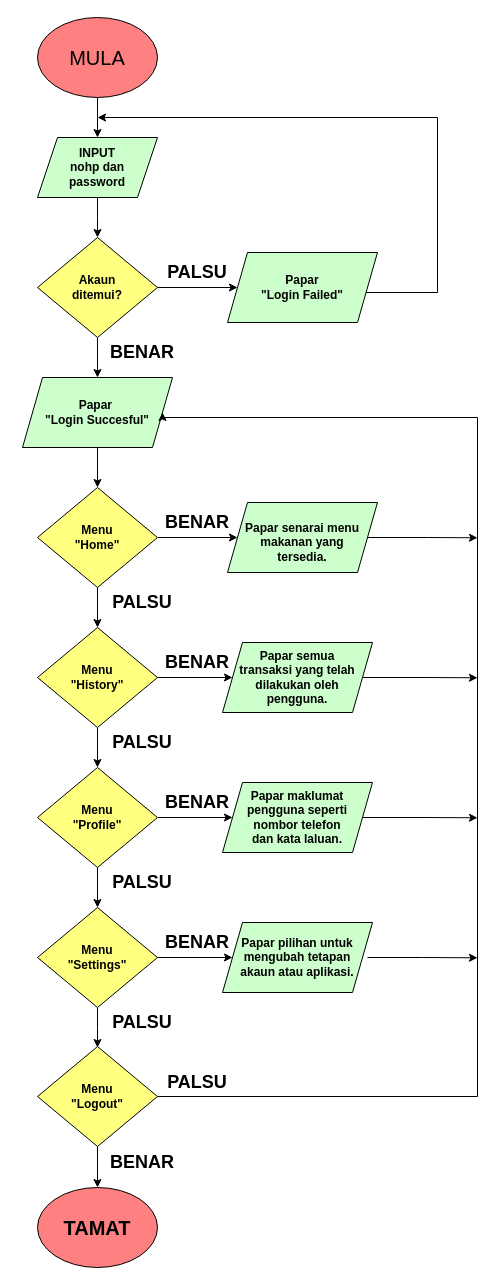
VisualGitCode/VisualGitCode.github.io keeps this draw.io diagram as adminCartaAlirPengguna.drawio. Above is the earlier version. Source tidied: cells renumbered, new cells numbered last; positions are measured from the earlier drawing's top-left corner, leaving out a move shared by most shapes. Both pictures are drawn from the tidied source at 100%, with x=0, y=0 at pixel (17, 17).
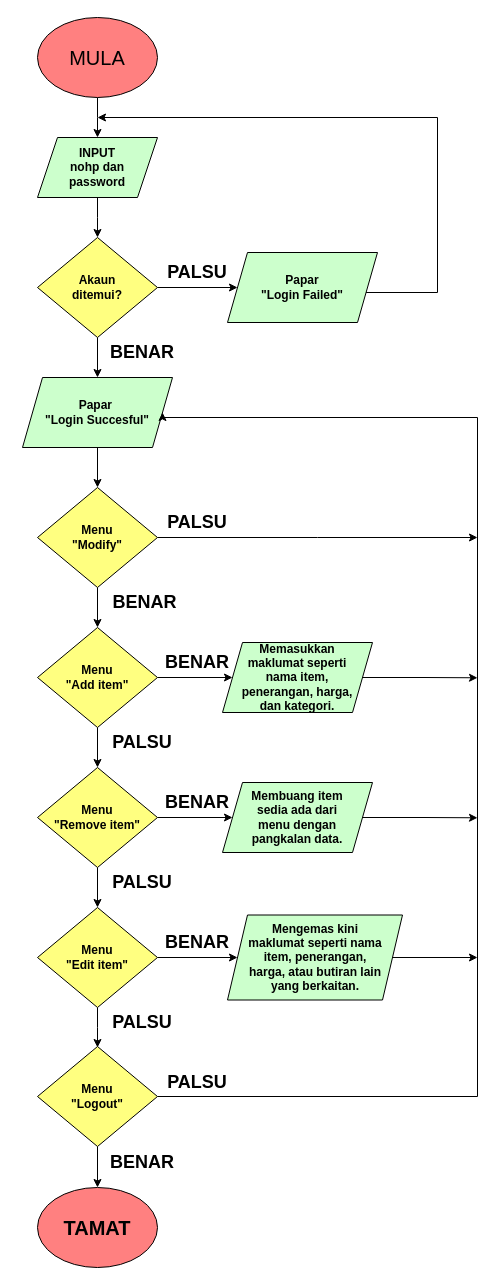
Above is the later version.

The change refers to these unchanged cells:
```xml
<mxCell id="21" style="rhombus;whiteSpace=wrap;html=1;fillColor=#FFFF80;" parent="1" vertex="1">
  <mxGeometry x="20" y="470" width="120" height="100" as="geometry" />
</mxCell>
```

Diff of the diagram source:
```diff
@@
-    <mxCell id="20" style="edgeStyle=orthogonalEdgeStyle;rounded=0;jettySize=auto;html=1;exitX=1;exitY=0.5;exitDx=0;exitDy=0;entryX=0;entryY=0.5;entryDx=0;entryDy=0;" parent="1" edge="1" source="21" target="38">
-      <mxGeometry relative="1" as="geometry" />
+    <mxCell id="20" style="edgeStyle=orthogonalEdgeStyle;rounded=0;jettySize=auto;html=1;exitX=1;exitY=0.5;exitDx=0;exitDy=0;" parent="1" edge="1" source="21">
+      <mxGeometry relative="1" as="geometry">
+        <mxPoint x="460" y="520" as="targetPoint" />
+      </mxGeometry>
     </mxCell>
@@
-    <mxCell id="29" value="&lt;div&gt;Menu&lt;/div&gt;&lt;div&gt;&quot;Home&quot;&lt;br&gt;&lt;/div&gt;" style="text;strokeColor=none;align=center;fillColor=none;html=1;verticalAlign=middle;whiteSpace=wrap;rounded=0;fontStyle=1;" parent="1" vertex="1">
+    <mxCell id="29" value="&lt;div&gt;Menu&lt;/div&gt;&lt;div&gt;&quot;Modify&quot;&lt;br&gt;&lt;/div&gt;" style="text;strokeColor=none;align=center;fillColor=none;html=1;verticalAlign=middle;whiteSpace=wrap;rounded=0;fontStyle=1;" parent="1" vertex="1">
       <mxGeometry x="50" y="505" width="60" height="30" as="geometry" />
     </mxCell>
-    <mxCell id="30" value="&lt;div&gt;Menu&lt;/div&gt;&lt;div&gt;&quot;History&quot;&lt;/div&gt;" style="text;strokeColor=none;align=center;fillColor=none;html=1;verticalAlign=middle;whiteSpace=wrap;rounded=0;fontStyle=1;" parent="1" vertex="1">
+    <mxCell id="30" value="&lt;div&gt;Menu&lt;/div&gt;&lt;div&gt;&quot;Add item&quot;&lt;/div&gt;" style="text;strokeColor=none;align=center;fillColor=none;html=1;verticalAlign=middle;whiteSpace=wrap;rounded=0;fontStyle=1;" parent="1" vertex="1">
       <mxGeometry x="10" y="645" width="140" height="30" as="geometry" />
     </mxCell>
-    <mxCell id="31" value="&lt;div&gt;Menu &lt;br&gt;&lt;/div&gt;&lt;div&gt;&quot;Profile&quot;&lt;br&gt;&lt;/div&gt;" style="text;strokeColor=none;align=center;fillColor=none;html=1;verticalAlign=middle;whiteSpace=wrap;rounded=0;fontStyle=1;" parent="1" vertex="1">
-      <mxGeometry x="50" y="785" width="60" height="30" as="geometry" />
+    <mxCell id="31" value="&lt;div&gt;Menu &lt;br&gt;&lt;/div&gt;&lt;div&gt;&quot;Remove item&quot;&lt;br&gt;&lt;/div&gt;" style="text;strokeColor=none;align=center;fillColor=none;html=1;verticalAlign=middle;whiteSpace=wrap;rounded=0;fontStyle=1;" parent="1" vertex="1">
+      <mxGeometry x="35" y="785" width="90" height="30" as="geometry" />
     </mxCell>
@@
-    <mxCell id="35" value="&lt;div&gt;Menu &lt;br&gt;&lt;/div&gt;&lt;div&gt;&quot;Settings&quot;&lt;br&gt;&lt;/div&gt;" style="text;strokeColor=none;align=center;fillColor=none;html=1;verticalAlign=middle;whiteSpace=wrap;rounded=0;fontStyle=1;" parent="1" vertex="1">
-      <mxGeometry x="50" y="925" width="60" height="30" as="geometry" />
+    <mxCell id="35" value="&lt;div&gt;Menu &lt;br&gt;&lt;/div&gt;&lt;div&gt;&quot;Edit item&quot;&lt;br&gt;&lt;/div&gt;" style="text;strokeColor=none;align=center;fillColor=none;html=1;verticalAlign=middle;whiteSpace=wrap;rounded=0;fontStyle=1;" parent="1" vertex="1">
+      <mxGeometry x="40" y="925" width="80" height="30" as="geometry" />
     </mxCell>
@@
-    <mxCell id="37" style="edgeStyle=orthogonalEdgeStyle;rounded=0;jettySize=auto;html=1;exitX=1;exitY=0.5;exitDx=0;exitDy=0;" parent="1" edge="1" source="38">
-      <mxGeometry relative="1" as="geometry">
-        <mxPoint x="460" y="520.3" as="targetPoint" />
-      </mxGeometry>
-    </mxCell>
-    <mxCell id="38" style="shape=parallelogram;perimeter=parallelogramPerimeter;whiteSpace=wrap;html=1;fixedSize=1;fillColor=#CCFFCC;" parent="1" vertex="1">
-      <mxGeometry x="210" y="485" width="150" height="70" as="geometry" />
-    </mxCell>
-    <mxCell id="39" value="&lt;div&gt;Papar senarai menu makanan yang tersedia.&lt;/div&gt;" style="text;strokeColor=none;align=center;fillColor=none;html=1;verticalAlign=middle;whiteSpace=wrap;rounded=0;fontStyle=1;" parent="1" vertex="1">
-      <mxGeometry x="225" y="510" width="120" height="30" as="geometry" />
-    </mxCell>
@@
-    <mxCell id="42" value="&lt;div&gt;Papar semua transaksi yang telah dilakukan oleh pengguna.&lt;/div&gt;" style="text;strokeColor=none;align=center;fillColor=none;html=1;verticalAlign=middle;whiteSpace=wrap;rounded=0;fontStyle=1;" parent="1" vertex="1">
+    <mxCell id="42" value="&lt;div&gt;Memasukkan maklumat seperti nama item, penerangan, harga, dan kategori.&lt;/div&gt;" style="text;strokeColor=none;align=center;fillColor=none;html=1;verticalAlign=middle;whiteSpace=wrap;rounded=0;fontStyle=1;" parent="1" vertex="1">
       <mxGeometry x="220" y="645" width="120" height="30" as="geometry" />
     </mxCell>
@@
-    <mxCell id="45" value="Papar maklumat pengguna seperti nombor telefon dan kata laluan." style="text;strokeColor=none;align=center;fillColor=none;html=1;verticalAlign=middle;whiteSpace=wrap;rounded=0;fontStyle=1;" parent="1" vertex="1">
+    <mxCell id="45" value="Membuang item sedia ada dari menu dengan pangkalan data." style="text;strokeColor=none;align=center;fillColor=none;html=1;verticalAlign=middle;whiteSpace=wrap;rounded=0;fontStyle=1;" parent="1" vertex="1">
       <mxGeometry x="225" y="785" width="110" height="30" as="geometry" />
     </mxCell>
+    <mxCell id="64" style="edgeStyle=orthogonalEdgeStyle;rounded=0;jettySize=auto;html=1;exitX=1;exitY=0.5;exitDx=0;exitDy=0;" parent="1" edge="1" source="46">
+      <mxGeometry relative="1" as="geometry">
+        <mxPoint x="460" y="940" as="targetPoint" />
+      </mxGeometry>
+    </mxCell>
     <mxCell id="46" style="shape=parallelogram;perimeter=parallelogramPerimeter;whiteSpace=wrap;html=1;fixedSize=1;fillColor=#CCFFCC;" parent="1" vertex="1">
-      <mxGeometry x="205" y="905" width="150" height="70" as="geometry" />
+      <mxGeometry x="210" y="897.5" width="175" height="85" as="geometry" />
     </mxCell>
-    <mxCell id="47" style="edgeStyle=orthogonalEdgeStyle;rounded=0;jettySize=auto;html=1;exitX=1;exitY=0.5;exitDx=0;exitDy=0;" parent="1" edge="1" source="48">
-      <mxGeometry relative="1" as="geometry">
-        <mxPoint x="460" y="940.3" as="targetPoint" />
-      </mxGeometry>
-    </mxCell>
-    <mxCell id="48" value="&lt;div&gt;Papar pilihan untuk mengubah tetapan akaun atau aplikasi.&lt;/div&gt;" style="text;strokeColor=none;align=center;fillColor=none;html=1;verticalAlign=middle;whiteSpace=wrap;rounded=0;fontStyle=1;" parent="1" vertex="1">
-      <mxGeometry x="210" y="925" width="140" height="30" as="geometry" />
+    <mxCell id="48" value="Mengemas kini maklumat seperti nama item, penerangan, harga, atau butiran lain yang berkaitan." style="text;strokeColor=none;align=center;fillColor=none;html=1;verticalAlign=middle;whiteSpace=wrap;rounded=0;fontStyle=1;" parent="1" vertex="1">
+      <mxGeometry x="227.5" y="925" width="140" height="30" as="geometry" />
     </mxCell>
-    <mxCell id="49" value="PALSU" style="text;strokeColor=none;align=center;fillColor=none;html=1;verticalAlign=middle;whiteSpace=wrap;rounded=0;fontStyle=1;fontSize=18;" parent="1" vertex="1">
+    <mxCell id="49" value="&amp;nbsp;BENAR" style="text;strokeColor=none;align=center;fillColor=none;html=1;verticalAlign=middle;whiteSpace=wrap;rounded=0;fontStyle=1;fontSize=18;" parent="1" vertex="1">
       <mxGeometry x="95" y="570" width="60" height="30" as="geometry" />
     </mxCell>
-    <mxCell id="50" value="BENAR" style="text;strokeColor=none;align=center;fillColor=none;html=1;verticalAlign=middle;whiteSpace=wrap;rounded=0;fontStyle=1;fontSize=18;" parent="1" vertex="1">
+    <mxCell id="50" value="PALSU" style="text;strokeColor=none;align=center;fillColor=none;html=1;verticalAlign=middle;whiteSpace=wrap;rounded=0;fontStyle=1;fontSize=18;" parent="1" vertex="1">
       <mxGeometry x="150" y="490" width="60" height="30" as="geometry" />
     </mxCell>
```
